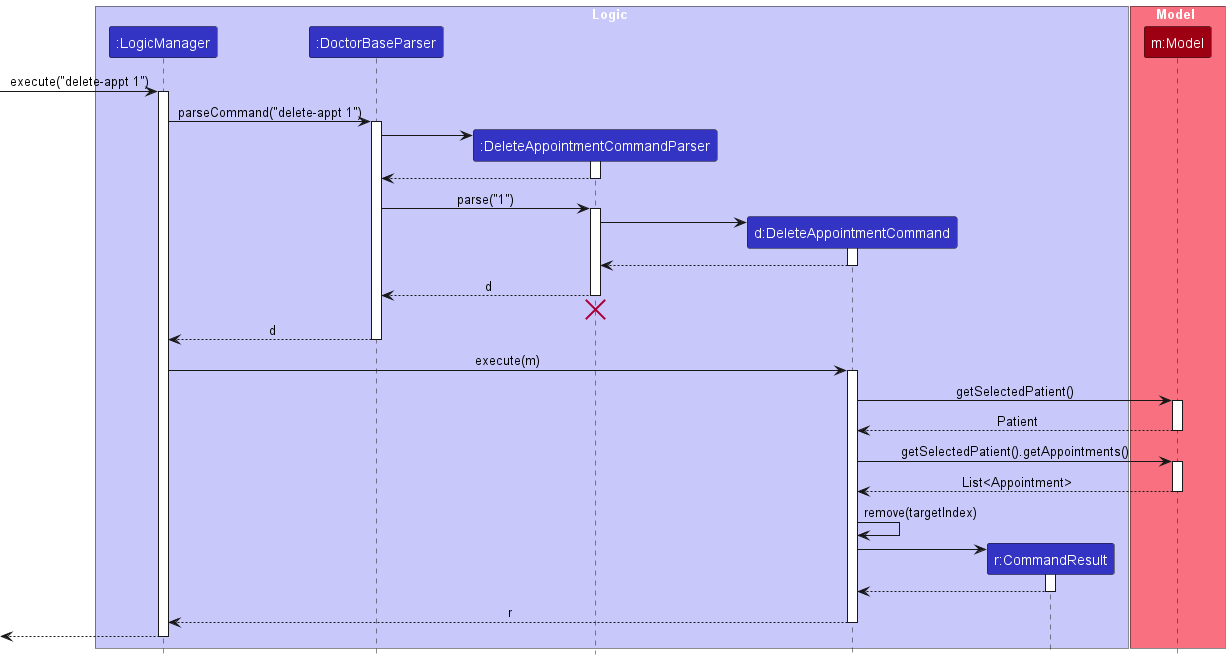
Above: docs/images/DeleteAppointmentSequenceDiagram.png in jxnwxx/tp (PlantUML), before the change.
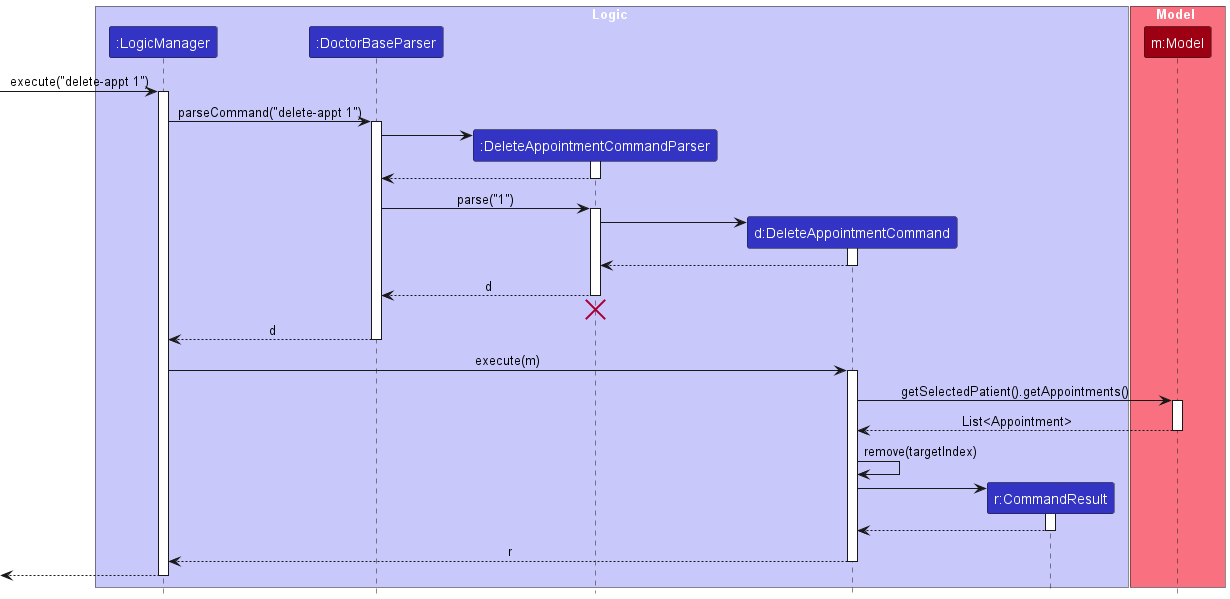
After the commit.

Commit message:
update delete appointment sequence diagram

Diff of the diagram source:
```diff
@@ -48,11 +48,6 @@
 LogicManager -> DeleteAppointmentCommand : execute(m)
 activate DeleteAppointmentCommand
 
-DeleteAppointmentCommand -> Model : getSelectedPatient()
-activate Model
-Model --> DeleteAppointmentCommand : Patient
-deactivate Model
-
 DeleteAppointmentCommand -> Model : getSelectedPatient().getAppointments()
 activate Model
 Model --> DeleteAppointmentCommand : List<Appointment>
```
